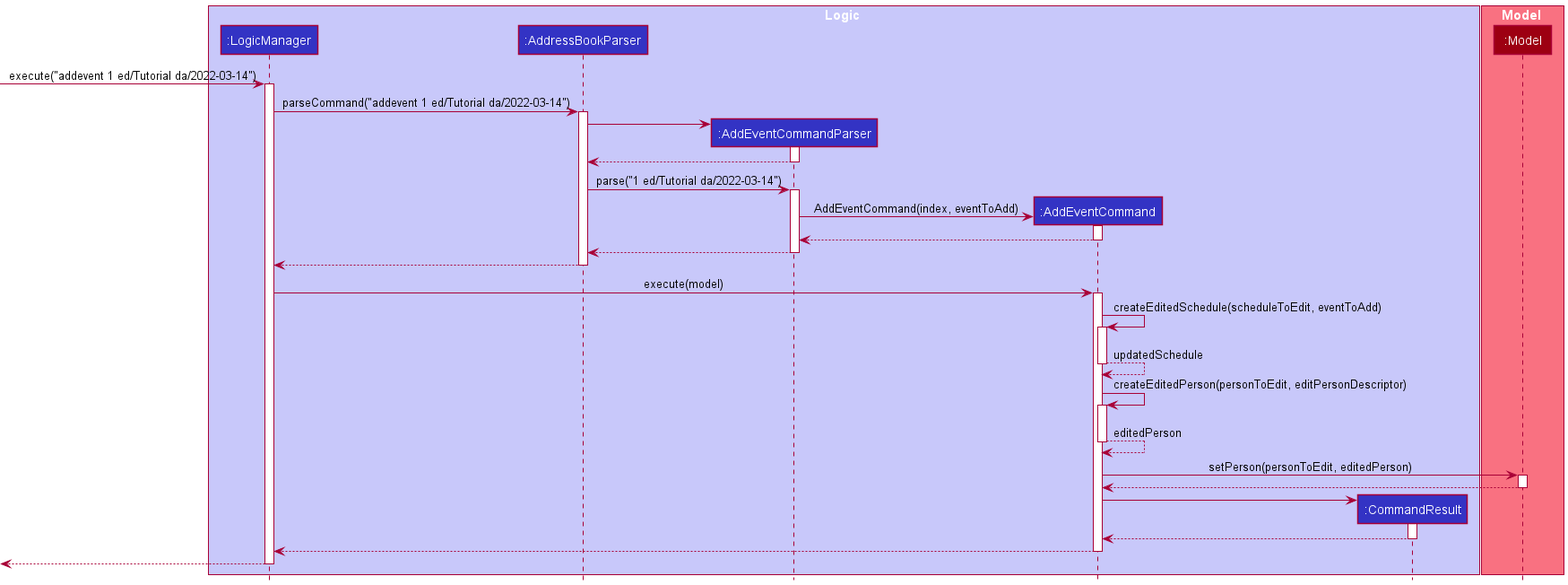
The PlantUML diagram docs/images/AddEventSequenceDiagram.png in vishandi/tp, before a commit.
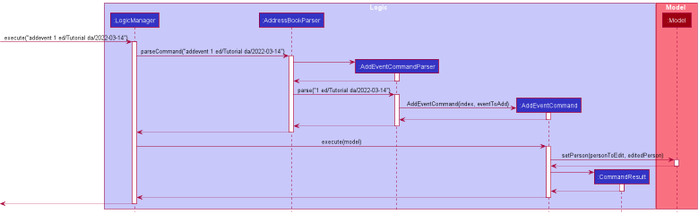
After the commit.

Commit message:
Change sequence diagram

The edit, as a diff of the source:
```diff
@@ -45,18 +45,6 @@
 LogicManager -> AddEventCommand : execute(model)
 activate AddEventCommand
 
-AddEventCommand -> AddEventCommand : createEditedSchedule(scheduleToEdit, eventToAdd)
-activate AddEventCommand
-
-AddEventCommand --> AddEventCommand : updatedSchedule
-deactivate AddEventCommand
-
-AddEventCommand -> AddEventCommand : createEditedPerson(personToEdit, editPersonDescriptor)
-activate AddEventCommand
-
-AddEventCommand --> AddEventCommand : editedPerson
-deactivate AddEventCommand
-
 AddEventCommand -> Model : setPerson(personToEdit, editedPerson)
 activate Model
 
```
